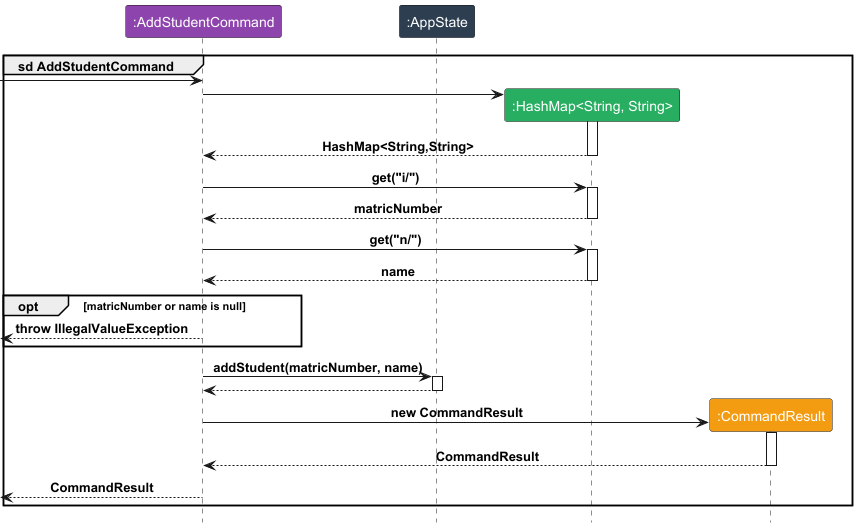
Above: docs/diagrams/AddStudentCommand.png in yeekian/tp (PlantUML), before the change.
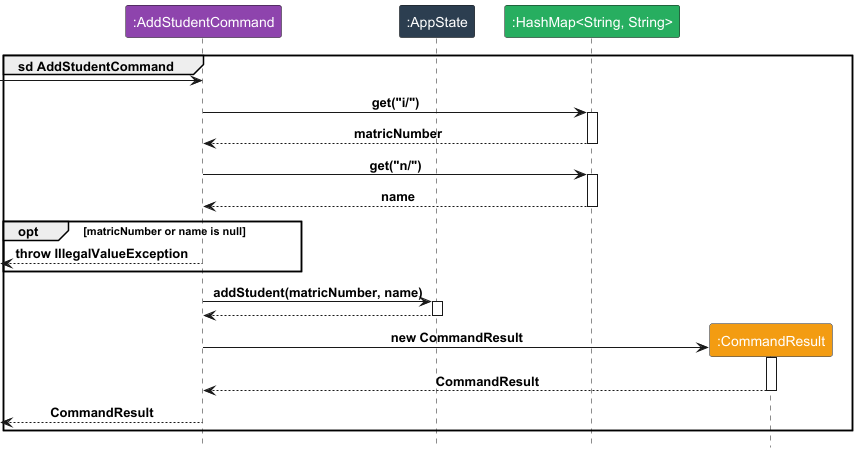
After the change.

The edit, as a diff of the source:
```diff
@@ -7,11 +7,6 @@
 participant ":CommandResult" as R LOGIC_COLOR_8
 
 [-> C
-create H
-C -> H
-activate H
-C <-- H : HashMap<String,String>
-deactivate H
 C -> H : get("i/")
 activate H
 C <-- H : matricNumber
```
